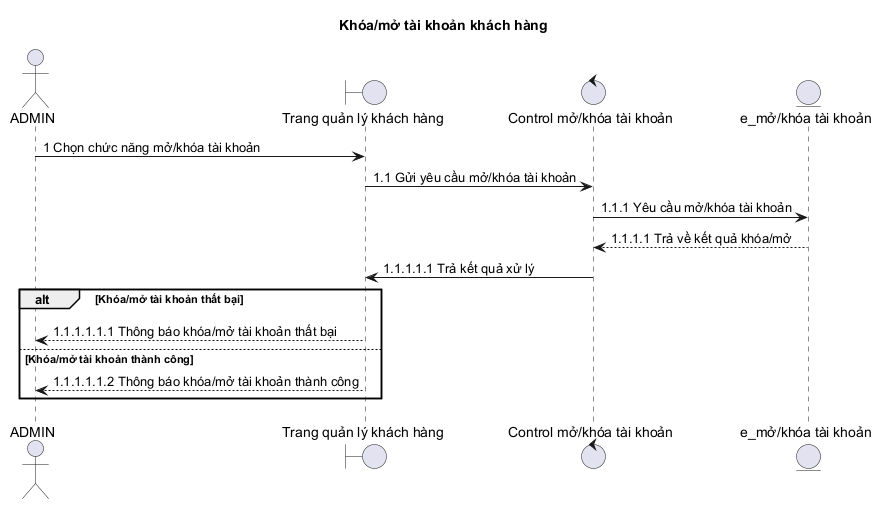
Earlier version of the PlantUML export docs/diagrams/sequence/images/04-lock-unlock-account.png (duygri/do-an-htttdn-crm).
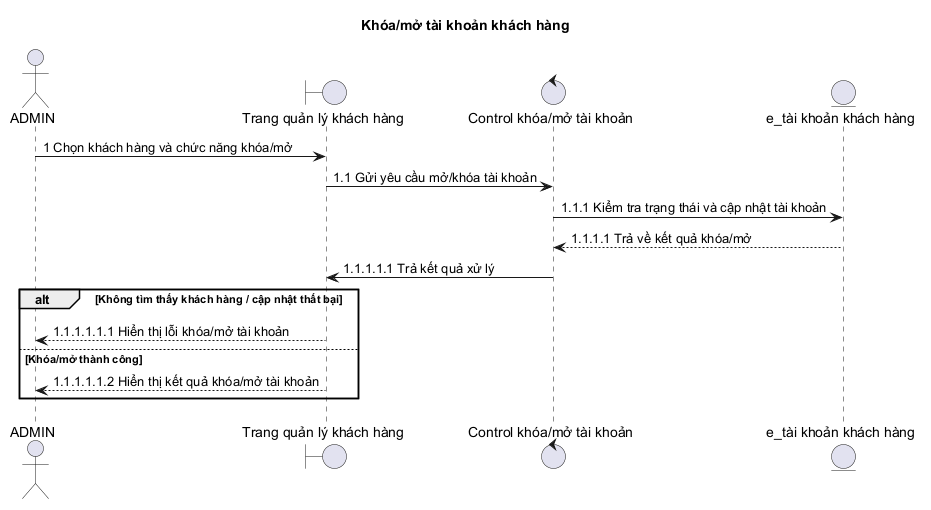
After the change.

Commit message:
fix: extend customer management sequence flows

The edit, as a diff of the source:
```diff
@@ -3,18 +3,18 @@
 
 actor ADMIN as Admin
 boundary "Trang quản lý khách hàng" as Boundary
-control "Control mở/khóa tài khoản" as Control
-entity "e_mở/khóa tài khoản" as Entity
+control "Control khóa/mở tài khoản" as Control
+entity "e_tài khoản khách hàng" as Entity
 
-Admin -> Boundary: 1 Chọn chức năng mở/khóa tài khoản
+Admin -> Boundary: 1 Chọn khách hàng và chức năng khóa/mở
 Boundary -> Control: 1.1 Gửi yêu cầu mở/khóa tài khoản
-Control -> Entity: 1.1.1 Yêu cầu mở/khóa tài khoản
+Control -> Entity: 1.1.1 Kiểm tra trạng thái và cập nhật tài khoản
 Entity --> Control: 1.1.1.1 Trả về kết quả khóa/mở
 Control -> Boundary: 1.1.1.1.1 Trả kết quả xử lý
 
-alt Khóa/mở tài khoản thất bại
-  Boundary --> Admin: 1.1.1.1.1.1 Thông báo khóa/mở tài khoản thất bại
-else Khóa/mở tài khoản thành công
-  Boundary --> Admin: 1.1.1.1.1.2 Thông báo khóa/mở tài khoản thành công
+alt Không tìm thấy khách hàng / cập nhật thất bại
+  Boundary --> Admin: 1.1.1.1.1.1 Hiển thị lỗi khóa/mở tài khoản
+else Khóa/mở thành công
+  Boundary --> Admin: 1.1.1.1.1.2 Hiển thị kết quả khóa/mở tài khoản
 end
 @enduml
```
